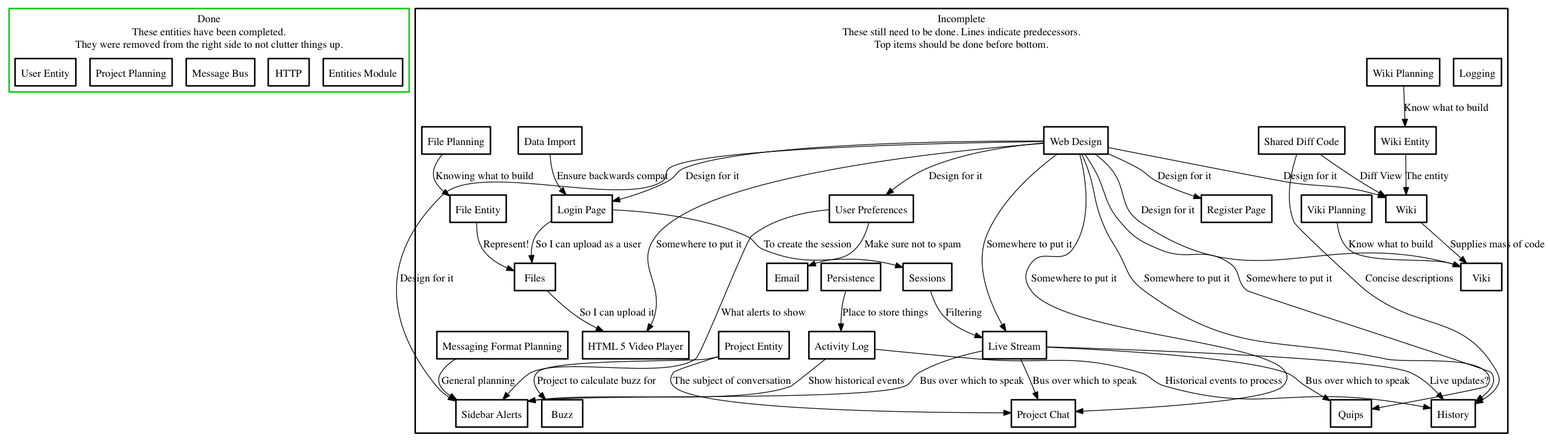
This is needed.png from negativeview/Velour-1.5, a Graphviz export, as it was before one commit. Its source is kept beside it as needed.dot.
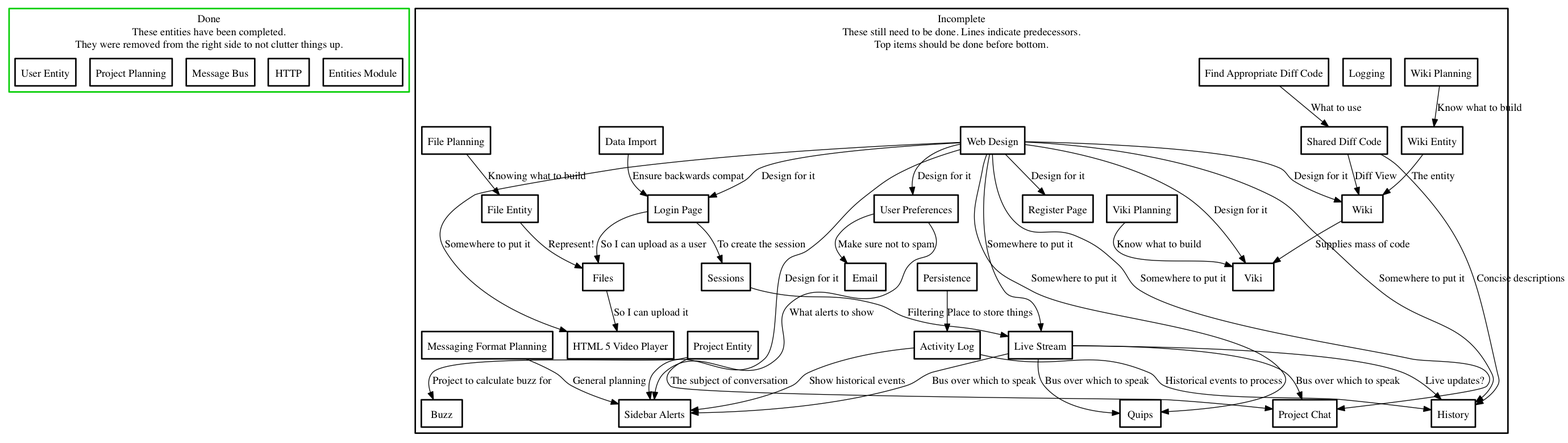
The same diagram one commit later.

Commit message:
Slight update to needed chart.

What changed in the source:
```diff
@@ -26,6 +26,7 @@
         buzz [ label="Buzz" ];
         data_import [ label="Data Import" ];
         diff_code [ label="Shared Diff Code"];
+        diff_search [ label="Find Appropriate Diff Code"];
         email [ label="Email" ];
         file_entity [ label="File Entity" ];
         file_planning [ label="File Planning" ];
@@ -57,6 +58,7 @@
     data_import->login_page [ label = "Ensure backwards compat" ];
     diff_code->history_tool [ label = "Concise descriptions"];
     diff_code->wiki [ label = "Diff View" ];
+    diff_search->diff_code [ label = "What to use"];
     file_entity->files [ label="Represent!" ];
     file_planning->file_entity [ label="Knowing what to build" ];
     files->html5_video [ label="So I can upload it" ];
```
